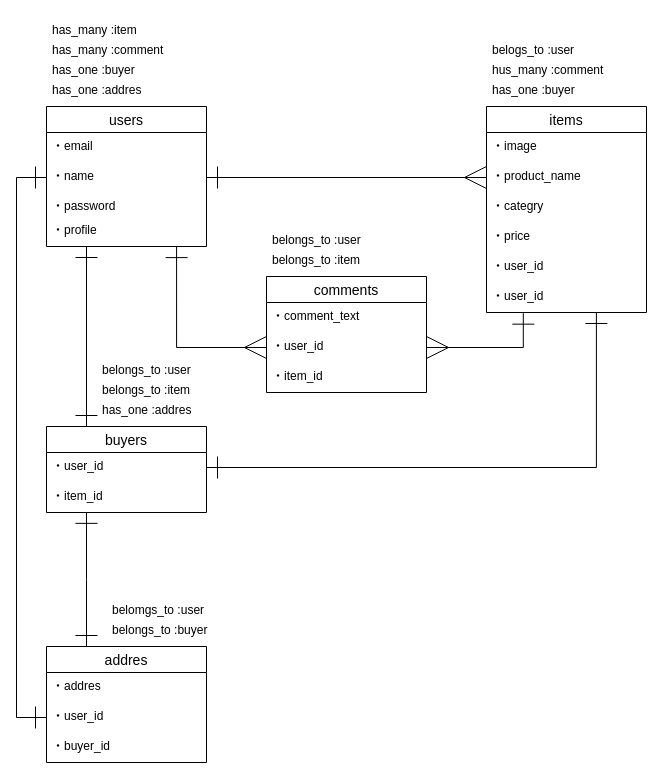
shimazaki-koji/furima-33364 keeps this draw.io diagram as furima.dio. Above is the earlier version. Source tidied: cells renumbered, new cells numbered last; positions are measured from the earlier drawing's top-left corner, leaving out a move shared by most shapes. Both pictures are drawn from the tidied source at 100%, with x=0, y=0 at pixel (46, 16).
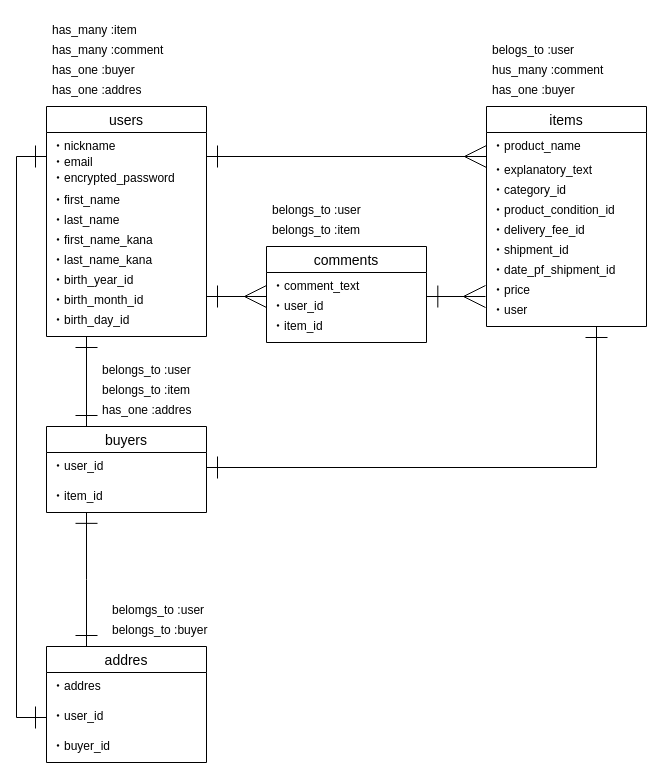
Above is the later version.

The change refers to these unchanged cells:
```xml
<mxCell id="20" value="・user_id" style="text;strokeColor=none;fillColor=none;spacingLeft=4;spacingRight=4;overflow=hidden;points=[[0,0.5],[1,0.5]];portConstraint=eastwest;fontSize=12;" parent="19" vertex="1">
  <mxGeometry y="26" width="160" height="30" as="geometry" />
</mxCell>
```

The edit, as a diff of the source:
```diff
@@
     <mxCell id="2" value="users" style="swimlane;fontStyle=0;horizontal=1;startSize=26;align=center;fontSize=14;" parent="1" vertex="1">
-      <mxGeometry y="90" width="160" height="140" as="geometry" />
+      <mxGeometry y="90" width="160" height="230" as="geometry" />
     </mxCell>
-    <mxCell id="3" value="・email" style="text;strokeColor=none;fillColor=none;spacingLeft=4;spacingRight=4;overflow=hidden;fontSize=12;" parent="2" vertex="1">
-      <mxGeometry y="26" width="160" height="30" as="geometry" />
+    <mxCell id="3" value="・nickname" style="text;strokeColor=none;fillColor=none;spacingLeft=4;spacingRight=4;overflow=hidden;fontSize=12;" parent="2" vertex="1">
+      <mxGeometry y="26" width="160" height="16" as="geometry" />
     </mxCell>
-    <mxCell id="4" value="・name" style="text;strokeColor=none;fillColor=none;spacingLeft=4;spacingRight=4;overflow=hidden;points=[[0,0.5],[1,0.5]];portConstraint=eastwest;fontSize=12;" parent="2" vertex="1">
-      <mxGeometry y="56" width="160" height="30" as="geometry" />
+    <mxCell id="4" value="・email" style="text;strokeColor=none;fillColor=none;spacingLeft=4;spacingRight=4;overflow=hidden;points=[[0,0.5],[1,0.5]];portConstraint=eastwest;fontSize=12;" parent="2" vertex="1">
+      <mxGeometry y="42" width="160" height="16" as="geometry" />
     </mxCell>
-    <mxCell id="5" value="・password" style="text;strokeColor=none;fillColor=none;spacingLeft=4;spacingRight=4;overflow=hidden;fontSize=12;" parent="2" vertex="1">
-      <mxGeometry y="86" width="160" height="24" as="geometry" />
+    <mxCell id="5" value="・encrypted_password" style="text;strokeColor=none;fillColor=none;spacingLeft=4;spacingRight=4;overflow=hidden;fontSize=12;" parent="2" vertex="1">
+      <mxGeometry y="58" width="160" height="22" as="geometry" />
     </mxCell>
-    <mxCell id="6" value="・profile" style="text;strokeColor=none;fillColor=none;spacingLeft=4;spacingRight=4;overflow=hidden;points=[[0,0.5],[1,0.5]];portConstraint=eastwest;fontSize=12;" parent="2" vertex="1">
-      <mxGeometry y="110" width="160" height="30" as="geometry" />
+    <mxCell id="6" value="・first_name" style="text;strokeColor=none;fillColor=none;spacingLeft=4;spacingRight=4;overflow=hidden;points=[[0,0.5],[1,0.5]];portConstraint=eastwest;fontSize=12;" parent="2" vertex="1">
+      <mxGeometry y="80" width="160" height="20" as="geometry" />
     </mxCell>
+    <mxCell id="46" value="・last_name" style="text;strokeColor=none;fillColor=none;spacingLeft=4;spacingRight=4;overflow=hidden;fontSize=12;" parent="2" vertex="1">
+      <mxGeometry y="100" width="160" height="20" as="geometry" />
+    </mxCell>
+    <mxCell id="47" value="・first_name_kana" style="text;strokeColor=none;fillColor=none;spacingLeft=4;spacingRight=4;overflow=hidden;fontSize=12;" parent="2" vertex="1">
+      <mxGeometry y="120" width="160" height="20" as="geometry" />
+    </mxCell>
+    <mxCell id="48" value="・last_name_kana" style="text;strokeColor=none;fillColor=none;spacingLeft=4;spacingRight=4;overflow=hidden;fontSize=12;" parent="2" vertex="1">
+      <mxGeometry y="140" width="160" height="20" as="geometry" />
+    </mxCell>
+    <mxCell id="49" value="・birth_year_id" style="text;strokeColor=none;fillColor=none;spacingLeft=4;spacingRight=4;overflow=hidden;fontSize=12;" parent="2" vertex="1">
+      <mxGeometry y="160" width="160" height="20" as="geometry" />
+    </mxCell>
+    <mxCell id="50" value="・birth_month_id" style="text;strokeColor=none;fillColor=none;spacingLeft=4;spacingRight=4;overflow=hidden;points=[[0,0.5],[1,0.5]];portConstraint=eastwest;fontSize=12;" parent="2" vertex="1">
+      <mxGeometry y="180" width="160" height="20" as="geometry" />
+    </mxCell>
+    <mxCell id="51" value="・birth_day_id" style="text;strokeColor=none;fillColor=none;spacingLeft=4;spacingRight=4;overflow=hidden;fontSize=12;" parent="2" vertex="1">
+      <mxGeometry y="200" width="160" height="30" as="geometry" />
+    </mxCell>
     <mxCell id="7" value="items" style="swimlane;fontStyle=0;horizontal=1;startSize=26;align=center;fontSize=14;" parent="1" vertex="1">
-      <mxGeometry x="440" y="90" width="160" height="206" as="geometry" />
+      <mxGeometry x="440" y="90" width="160" height="220" as="geometry" />
     </mxCell>
-    <mxCell id="8" value="・image" style="text;strokeColor=none;fillColor=none;spacingLeft=4;spacingRight=4;overflow=hidden;fontSize=12;" parent="7" vertex="1">
-      <mxGeometry y="26" width="160" height="30" as="geometry" />
-    </mxCell>
     <mxCell id="9" value="・product_name" style="text;strokeColor=none;fillColor=none;spacingLeft=4;spacingRight=4;overflow=hidden;points=[[0,0.5],[1,0.5]];portConstraint=eastwest;fontSize=12;" parent="7" vertex="1">
-      <mxGeometry y="56" width="160" height="30" as="geometry" />
+      <mxGeometry y="26" width="160" height="24" as="geometry" />
     </mxCell>
-    <mxCell id="10" value="・categry" style="text;strokeColor=none;fillColor=none;spacingLeft=4;spacingRight=4;overflow=hidden;fontSize=12;" parent="7" vertex="1">
-      <mxGeometry y="86" width="160" height="30" as="geometry" />
+    <mxCell id="10" value="・explanatory_text" style="text;strokeColor=none;fillColor=none;spacingLeft=4;spacingRight=4;overflow=hidden;fontSize=12;" parent="7" vertex="1">
+      <mxGeometry y="50" width="160" height="20" as="geometry" />
     </mxCell>
-    <mxCell id="11" value="・price" style="text;strokeColor=none;fillColor=none;spacingLeft=4;spacingRight=4;overflow=hidden;fontSize=12;" parent="7" vertex="1">
-      <mxGeometry y="116" width="160" height="30" as="geometry" />
+    <mxCell id="11" value="・category_id" style="text;strokeColor=none;fillColor=none;spacingLeft=4;spacingRight=4;overflow=hidden;fontSize=12;" parent="7" vertex="1">
+      <mxGeometry y="70" width="160" height="20" as="geometry" />
     </mxCell>
-    <mxCell id="12" value="・user_id" style="text;strokeColor=none;fillColor=none;spacingLeft=4;spacingRight=4;overflow=hidden;fontSize=12;" parent="7" vertex="1">
-      <mxGeometry y="146" width="160" height="30" as="geometry" />
+    <mxCell id="12" value="・product_condition_id" style="text;strokeColor=none;fillColor=none;spacingLeft=4;spacingRight=4;overflow=hidden;fontSize=12;" parent="7" vertex="1">
+      <mxGeometry y="90" width="160" height="20" as="geometry" />
     </mxCell>
-    <mxCell id="13" value="・user_id" style="text;strokeColor=none;fillColor=none;spacingLeft=4;spacingRight=4;overflow=hidden;points=[[0,0.5],[1,0.5]];portConstraint=eastwest;fontSize=12;" parent="7" vertex="1">
-      <mxGeometry y="176" width="160" height="30" as="geometry" />
+    <mxCell id="13" value="・delivery_fee_id" style="text;strokeColor=none;fillColor=none;spacingLeft=4;spacingRight=4;overflow=hidden;points=[[0,0.5],[1,0.5]];portConstraint=eastwest;fontSize=12;" parent="7" vertex="1">
+      <mxGeometry y="110" width="160" height="20" as="geometry" />
     </mxCell>
+    <mxCell id="52" value="・shipment_id" style="text;strokeColor=none;fillColor=none;spacingLeft=4;spacingRight=4;overflow=hidden;fontSize=12;" parent="7" vertex="1">
+      <mxGeometry y="130" width="160" height="20" as="geometry" />
+    </mxCell>
+    <mxCell id="53" value="・date_pf_shipment_id" style="text;strokeColor=none;fillColor=none;spacingLeft=4;spacingRight=4;overflow=hidden;fontSize=12;" parent="7" vertex="1">
+      <mxGeometry y="150" width="160" height="20" as="geometry" />
+    </mxCell>
+    <mxCell id="54" value="・price" style="text;strokeColor=none;fillColor=none;spacingLeft=4;spacingRight=4;overflow=hidden;fontSize=12;" parent="7" vertex="1">
+      <mxGeometry y="170" width="160" height="20" as="geometry" />
+    </mxCell>
+    <mxCell id="55" value="・user&#10;" style="text;strokeColor=none;fillColor=none;spacingLeft=4;spacingRight=4;overflow=hidden;fontSize=12;" parent="7" vertex="1">
+      <mxGeometry y="190" width="160" height="30" as="geometry" />
+    </mxCell>
-    <mxCell id="14" style="edgeStyle=orthogonalEdgeStyle;rounded=0;jettySize=auto;html=1;entryX=0;entryY=0.5;entryDx=0;entryDy=0;startArrow=ERone;startFill=0;endArrow=ERmany;endFill=0;endSize=20;startSize=20;" parent="1" edge="1" source="4" target="9">
-      <mxGeometry relative="1" as="geometry" />
+    <mxCell id="14" style="edgeStyle=orthogonalEdgeStyle;rounded=0;jettySize=auto;html=1;startArrow=ERone;startFill=0;endArrow=ERmany;endFill=0;endSize=20;startSize=20;" parent="1" edge="1" source="4">
+      <mxGeometry relative="1" as="geometry">
+        <mxPoint x="440" y="140" as="targetPoint" />
+        <Array as="points">
+          <mxPoint x="440" y="140" />
+        </Array>
+      </mxGeometry>
     </mxCell>
     <mxCell id="15" value="comments" style="swimlane;fontStyle=0;horizontal=1;startSize=26;align=center;fontSize=14;" parent="1" vertex="1">
-      <mxGeometry x="220" y="260" width="160" height="116" as="geometry" />
+      <mxGeometry x="220" y="230" width="160" height="96" as="geometry" />
     </mxCell>
     <mxCell id="16" value="・comment_text" style="text;strokeColor=none;fillColor=none;spacingLeft=4;spacingRight=4;overflow=hidden;fontSize=12;" parent="15" vertex="1">
-      <mxGeometry y="26" width="160" height="30" as="geometry" />
+      <mxGeometry y="26" width="160" height="20" as="geometry" />
     </mxCell>
     <mxCell id="17" value="・user_id" style="text;strokeColor=none;fillColor=none;spacingLeft=4;spacingRight=4;overflow=hidden;points=[[0,0.5],[1,0.5]];portConstraint=eastwest;fontSize=12;" parent="15" vertex="1">
-      <mxGeometry y="56" width="160" height="30" as="geometry" />
+      <mxGeometry y="46" width="160" height="20" as="geometry" />
     </mxCell>
     <mxCell id="18" value="・item_id" style="text;strokeColor=none;fillColor=none;spacingLeft=4;spacingRight=4;overflow=hidden;fontSize=12;" parent="15" vertex="1">
-      <mxGeometry y="86" width="160" height="30" as="geometry" />
+      <mxGeometry y="66" width="160" height="30" as="geometry" />
     </mxCell>
@@
-    <mxCell id="26" style="edgeStyle=orthogonalEdgeStyle;rounded=0;jettySize=auto;html=1;exitX=1;exitY=0.5;exitDx=0;exitDy=0;startArrow=ERmany;startFill=0;startSize=20;endArrow=ERone;endFill=0;endSize=20;entryX=0.23;entryY=1.022;entryDx=0;entryDy=0;entryPerimeter=0;" parent="1" edge="1" source="17" target="13">
-      <mxGeometry relative="1" as="geometry">
-        <Array as="points">
-          <mxPoint x="477" y="331" />
-        </Array>
-      </mxGeometry>
-    </mxCell>
-    <mxCell id="27" style="edgeStyle=orthogonalEdgeStyle;rounded=0;jettySize=auto;html=1;exitX=0;exitY=0.5;exitDx=0;exitDy=0;startArrow=ERmany;startFill=0;startSize=20;endArrow=ERone;endFill=0;endSize=20;entryX=0.813;entryY=1.004;entryDx=0;entryDy=0;entryPerimeter=0;" parent="1" edge="1" source="17" target="6">
-      <mxGeometry relative="1" as="geometry" />
+    <mxCell id="27" style="edgeStyle=orthogonalEdgeStyle;rounded=0;jettySize=auto;html=1;startArrow=ERmany;startFill=0;startSize=20;endArrow=ERone;endFill=0;endSize=20;entryX=1;entryY=0.5;entryDx=0;entryDy=0;" parent="1" edge="1" target="50">
+      <mxGeometry relative="1" as="geometry">
+        <mxPoint x="220" y="280" as="sourcePoint" />
+        <Array as="points">
+          <mxPoint x="220" y="280" />
+        </Array>
+      </mxGeometry>
     </mxCell>
@@
-    <mxCell id="29" style="edgeStyle=orthogonalEdgeStyle;rounded=0;jettySize=auto;html=1;startArrow=ERone;startFill=0;startSize=20;endArrow=ERone;endFill=0;endSize=20;entryX=1;entryY=0.5;entryDx=0;entryDy=0;exitX=0.687;exitY=0.999;exitDx=0;exitDy=0;exitPerimeter=0;" parent="1" edge="1" source="13" target="20">
+    <mxCell id="29" style="edgeStyle=orthogonalEdgeStyle;rounded=0;jettySize=auto;html=1;startArrow=ERone;startFill=0;startSize=20;endArrow=ERone;endFill=0;endSize=20;entryX=1;entryY=0.5;entryDx=0;entryDy=0;" parent="1" edge="1" target="20">
       <mxGeometry relative="1" as="geometry">
+        <mxPoint x="550" y="310" as="sourcePoint" />
         <Array as="points">
           <mxPoint x="550" y="451" />
         </Array>
       </mxGeometry>
     </mxCell>
@@
     <mxCell id="37" value="belongs_to :item" style="text;strokeColor=none;fillColor=none;spacingLeft=4;spacingRight=4;overflow=hidden;fontSize=12;" parent="1" vertex="1">
-      <mxGeometry x="220" y="230" width="160" height="30" as="geometry" />
+      <mxGeometry x="220" y="200" width="160" height="30" as="geometry" />
     </mxCell>
     <mxCell id="38" value="belongs_to :user" style="text;strokeColor=none;fillColor=none;spacingLeft=4;spacingRight=4;overflow=hidden;fontSize=12;" parent="1" vertex="1">
-      <mxGeometry x="220" y="210" width="160" height="30" as="geometry" />
+      <mxGeometry x="220" y="180" width="160" height="30" as="geometry" />
     </mxCell>
@@
+    <mxCell id="56" style="edgeStyle=orthogonalEdgeStyle;rounded=0;jettySize=auto;html=1;startArrow=ERmany;startFill=0;startSize=20;endArrow=ERone;endFill=0;endSize=20;entryX=1.002;entryY=0.201;entryDx=0;entryDy=0;entryPerimeter=0;" parent="1" edge="1" target="17">
+      <mxGeometry relative="1" as="geometry">
+        <mxPoint x="439" y="280" as="sourcePoint" />
+        <Array as="points">
+          <mxPoint x="439" y="280" />
+        </Array>
+      </mxGeometry>
+    </mxCell>
```
